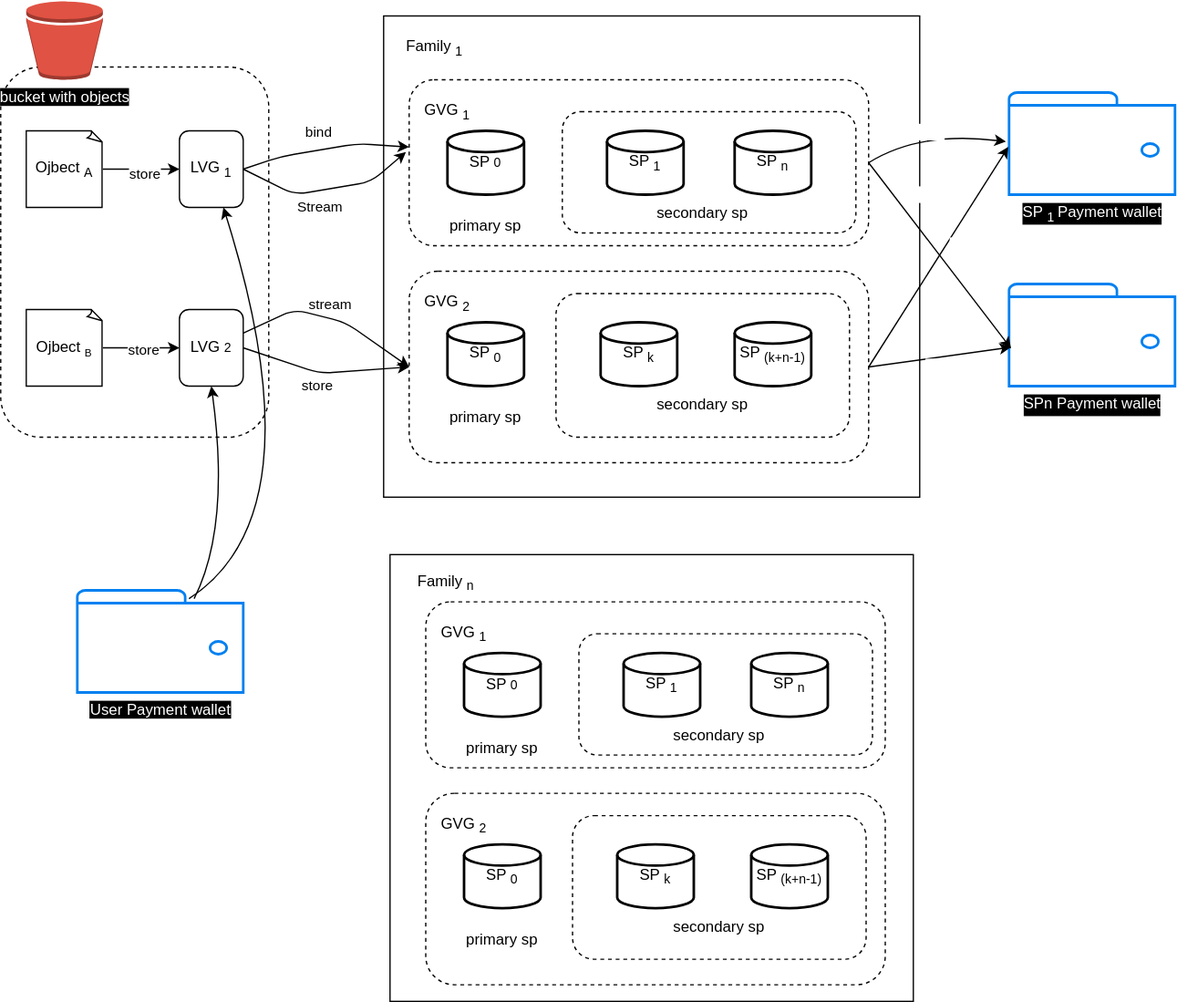
This is content/posts/greenfield/virtual-group/image/relationship.drawio.svg from phenix3443/blog, a draw.io export, as it was before one commit. Source tidied: cells renumbered, new cells last; positions are measured from the earlier drawing's top-left corner, leaving out a move shared by most shapes.
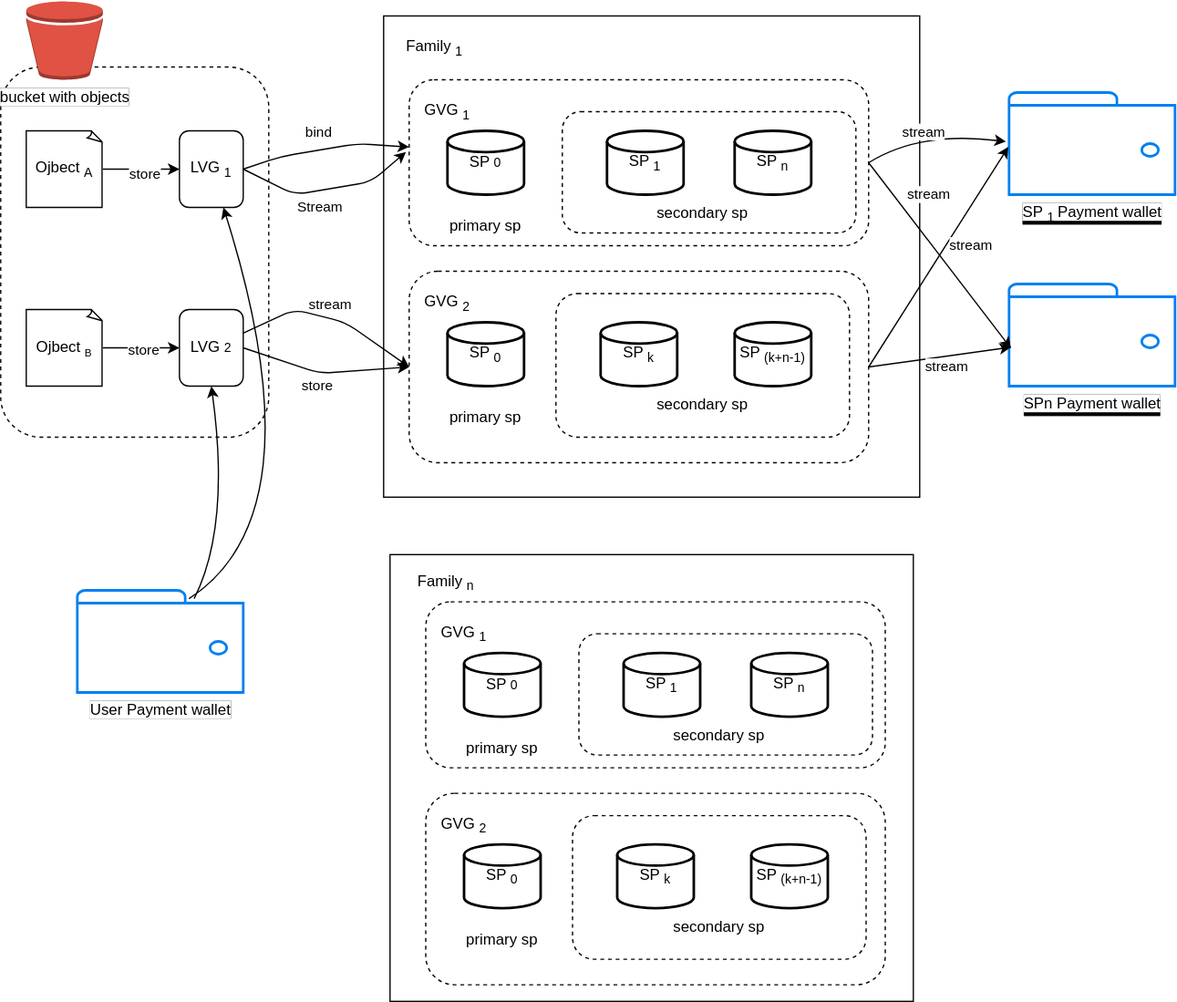
After the commit.

Change to the diagram source:
```diff
@@ -1,4 +1,4 @@
-<mxGraphModel>
+<mxGraphModel background="#ffffff">
   <root>
     <mxCell id="0" />
     <mxCell id="1" parent="0" />
@@ -117,7 +117,7 @@
         <mxPoint x="-2" as="offset" />
       </mxGeometry>
     </mxCell>
-    <mxCell id="31" value="&lt;font&gt;User Payment wallet&lt;/font&gt;" style="html=1;verticalLabelPosition=bottom;align=center;labelBackgroundColor=#000000;verticalAlign=top;strokeWidth=2;strokeColor=#0080F0;shadow=0;dashed=0;shape=mxgraph.ios7.icons.wallet;fillColor=default;fontColor=#FFFFFF;" parent="1" vertex="1">
+    <mxCell id="31" value="&lt;font style=&quot;background-color: rgb(255, 255, 255);&quot; color=&quot;#000000&quot;&gt;User Payment wallet&lt;/font&gt;" style="html=1;verticalLabelPosition=bottom;align=center;labelBackgroundColor=#000000;verticalAlign=top;strokeWidth=2;strokeColor=#0080F0;shadow=0;dashed=0;shape=mxgraph.ios7.icons.wallet;fillColor=default;fontColor=#FFFFFF;" parent="1" vertex="1">
       <mxGeometry x="60" y="462" width="130" height="80" as="geometry" />
     </mxCell>
     <mxCell id="32" style="curved=1;endArrow=classic;html=1;fontColor=#FFFFFF;exitX=0.673;exitY=0.081;exitDx=0;exitDy=0;exitPerimeter=0;" parent="1" edge="1" source="31" target="25">
@@ -144,13 +144,13 @@
         <mxPoint x="-21" as="offset" />
       </mxGeometry>
     </mxCell>
-    <mxCell id="36" value="bucket with objects" style="dashed=0;verticalLabelPosition=bottom;verticalAlign=top;align=center;html=1;shape=mxgraph.aws3.bucket;fillColor=#E05243;gradientColor=none;labelBackgroundColor=#000000;fontColor=#FFFFFF;" parent="1" vertex="1">
+    <mxCell id="36" value="&lt;font style=&quot;background-color: rgb(255, 255, 255);&quot; color=&quot;#000000&quot;&gt;bucket with objects&lt;/font&gt;" style="dashed=0;verticalLabelPosition=bottom;verticalAlign=top;align=center;html=1;shape=mxgraph.aws3.bucket;fillColor=#E05243;gradientColor=none;labelBackgroundColor=#000000;fontColor=#FFFFFF;" parent="1" vertex="1">
       <mxGeometry x="20" y="0.5" width="60" height="61.5" as="geometry" />
     </mxCell>
-    <mxCell id="37" value="&lt;font&gt;SP&lt;sub&gt;1 &lt;/sub&gt;Payment wallet&lt;/font&gt;" style="html=1;verticalLabelPosition=bottom;align=center;labelBackgroundColor=#000000;verticalAlign=top;strokeWidth=2;strokeColor=#0080F0;shadow=0;dashed=0;shape=mxgraph.ios7.icons.wallet;fillColor=default;fontColor=#FFFFFF;" parent="1" vertex="1">
+    <mxCell id="37" value="&lt;font style=&quot;background-color: rgb(255, 255, 255);&quot; color=&quot;#000000&quot;&gt;SP&lt;sub&gt;1 &lt;/sub&gt;Payment wallet&lt;/font&gt;" style="html=1;verticalLabelPosition=bottom;align=center;labelBackgroundColor=#000000;verticalAlign=top;strokeWidth=2;strokeColor=#0080F0;shadow=0;dashed=0;shape=mxgraph.ios7.icons.wallet;fillColor=default;fontColor=#FFFFFF;" parent="1" vertex="1">
       <mxGeometry x="790" y="72" width="130" height="80" as="geometry" />
     </mxCell>
-    <mxCell id="38" value="&lt;font&gt;SPn&lt;sub&gt;&amp;nbsp;&lt;/sub&gt;Payment wallet&lt;/font&gt;" style="html=1;verticalLabelPosition=bottom;align=center;labelBackgroundColor=#000000;verticalAlign=top;strokeWidth=2;strokeColor=#0080F0;shadow=0;dashed=0;shape=mxgraph.ios7.icons.wallet;fillColor=default;fontColor=#FFFFFF;" parent="1" vertex="1">
+    <mxCell id="38" value="&lt;font style=&quot;background-color: rgb(255, 255, 255);&quot; color=&quot;#000000&quot;&gt;SPn&lt;sub&gt;&amp;nbsp;&lt;/sub&gt;Payment wallet&lt;/font&gt;" style="html=1;verticalLabelPosition=bottom;align=center;labelBackgroundColor=#000000;verticalAlign=top;strokeWidth=2;strokeColor=#0080F0;shadow=0;dashed=0;shape=mxgraph.ios7.icons.wallet;fillColor=default;fontColor=#FFFFFF;" parent="1" vertex="1">
       <mxGeometry x="790" y="222" width="130" height="80" as="geometry" />
     </mxCell>
     <mxCell id="39" style="curved=1;endArrow=classic;html=1;fontColor=#FFFFFF;entryX=-0.019;entryY=0.481;entryDx=0;entryDy=0;entryPerimeter=0;exitX=1;exitY=0.5;exitDx=0;exitDy=0;" parent="1" edge="1" source="3" target="37">
@@ -160,7 +160,7 @@
         </Array>
       </mxGeometry>
     </mxCell>
-    <mxCell id="40" value="stream" style="edgeLabel;html=1;align=center;verticalAlign=middle;fontColor=#FFFFFF;" parent="39" vertex="1">
+    <mxCell id="40" value="&lt;font style=&quot;background-color: rgb(255, 255, 255);&quot; color=&quot;#000000&quot;&gt;stream&lt;/font&gt;" style="edgeLabel;html=1;align=center;verticalAlign=middle;fontColor=#FFFFFF;" parent="39" vertex="1">
       <mxGeometry x="-0.12" y="-10" relative="1" as="geometry">
         <mxPoint y="-10" as="offset" />
       </mxGeometry>
@@ -171,7 +171,7 @@
     <mxCell id="42" style="curved=1;endArrow=classic;html=1;fontColor=#FFFFFF;entryX=0.012;entryY=0.631;entryDx=0;entryDy=0;entryPerimeter=0;exitX=1;exitY=0.5;exitDx=0;exitDy=0;" parent="1" edge="1" source="3" target="38">
       <mxGeometry relative="1" as="geometry" />
     </mxCell>
-    <mxCell id="43" value="stream" style="edgeLabel;html=1;align=center;verticalAlign=middle;fontColor=#FFFFFF;" parent="42" vertex="1">
+    <mxCell id="43" value="&lt;font style=&quot;background-color: rgb(255, 255, 255);&quot; color=&quot;#000000&quot;&gt;stream&lt;/font&gt;" style="edgeLabel;html=1;align=center;verticalAlign=middle;fontColor=#FFFFFF;" parent="42" vertex="1">
       <mxGeometry x="-0.18" y="1" relative="1" as="geometry">
         <mxPoint x="-1" y="-35" as="offset" />
       </mxGeometry>
@@ -179,12 +179,12 @@
     <mxCell id="44" style="endArrow=classic;html=1;fontColor=#FFFFFF;entryX=-0.004;entryY=0.531;entryDx=0;entryDy=0;entryPerimeter=0;exitX=1;exitY=0.5;exitDx=0;exitDy=0;" parent="1" edge="1" source="9" target="37">
       <mxGeometry relative="1" as="geometry" />
     </mxCell>
-    <mxCell id="45" value="stream" style="edgeLabel;html=1;align=center;verticalAlign=middle;fontColor=#FFFFFF;" parent="44" vertex="1">
+    <mxCell id="45" value="&lt;span style=&quot;background-color: rgb(255, 255, 255);&quot;&gt;&lt;font color=&quot;#000000&quot;&gt;stream&lt;/font&gt;&lt;/span&gt;" style="edgeLabel;html=1;align=center;verticalAlign=middle;fontColor=#FFFFFF;" parent="44" vertex="1">
       <mxGeometry x="0.17" y="-1" relative="1" as="geometry">
         <mxPoint x="15" y="4" as="offset" />
       </mxGeometry>
     </mxCell>
-    <mxCell id="46" value="stream" style="endArrow=classic;html=1;fontColor=#FFFFFF;entryX=0.012;entryY=0.619;entryDx=0;entryDy=0;entryPerimeter=0;exitX=1;exitY=0.5;exitDx=0;exitDy=0;" parent="1" edge="1" source="9" target="38">
+    <mxCell id="46" value="&lt;font style=&quot;background-color: rgb(255, 255, 255);&quot; color=&quot;#000000&quot;&gt;stream&lt;/font&gt;" style="endArrow=classic;html=1;fontColor=#FFFFFF;entryX=0.012;entryY=0.619;entryDx=0;entryDy=0;entryPerimeter=0;exitX=1;exitY=0.5;exitDx=0;exitDy=0;" parent="1" edge="1" source="9" target="38">
       <mxGeometry x="0.07" y="-8" relative="1" as="geometry" />
     </mxCell>
     <mxCell id="47" value="primary sp" style="text;html=1;strokeColor=none;fillColor=none;align=center;verticalAlign=middle;whiteSpace=wrap;rounded=0;" parent="1" vertex="1">
```
